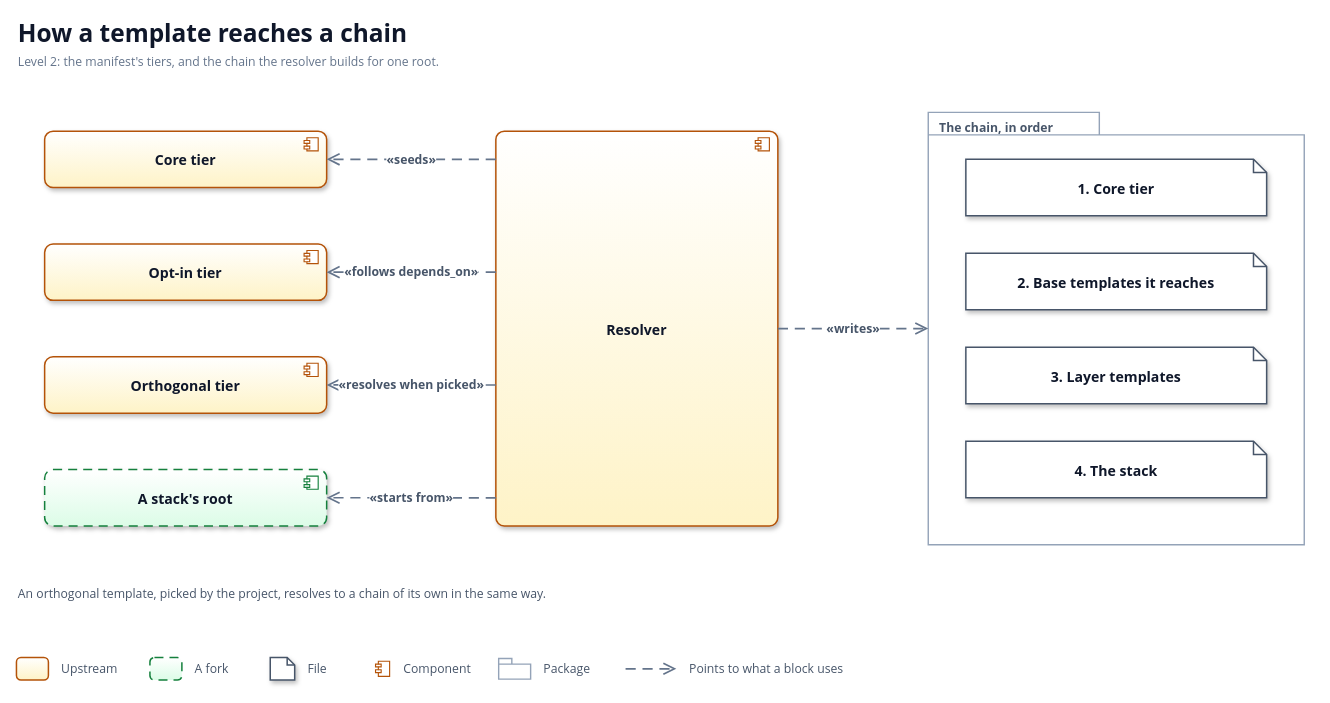
Earlier version of the draw.io diagram docs/diagrams/building-blocks-manifest.drawio (solid-ai-dev/solid-ai-templates). Source tidied: cells renumbered, new cells numbered last; positions are measured from the earlier drawing's top-left corner, leaving out a move shared by most shapes. Both pictures are drawn from the tidied source at 94%, with x=0, y=0 at pixel (16, 16).
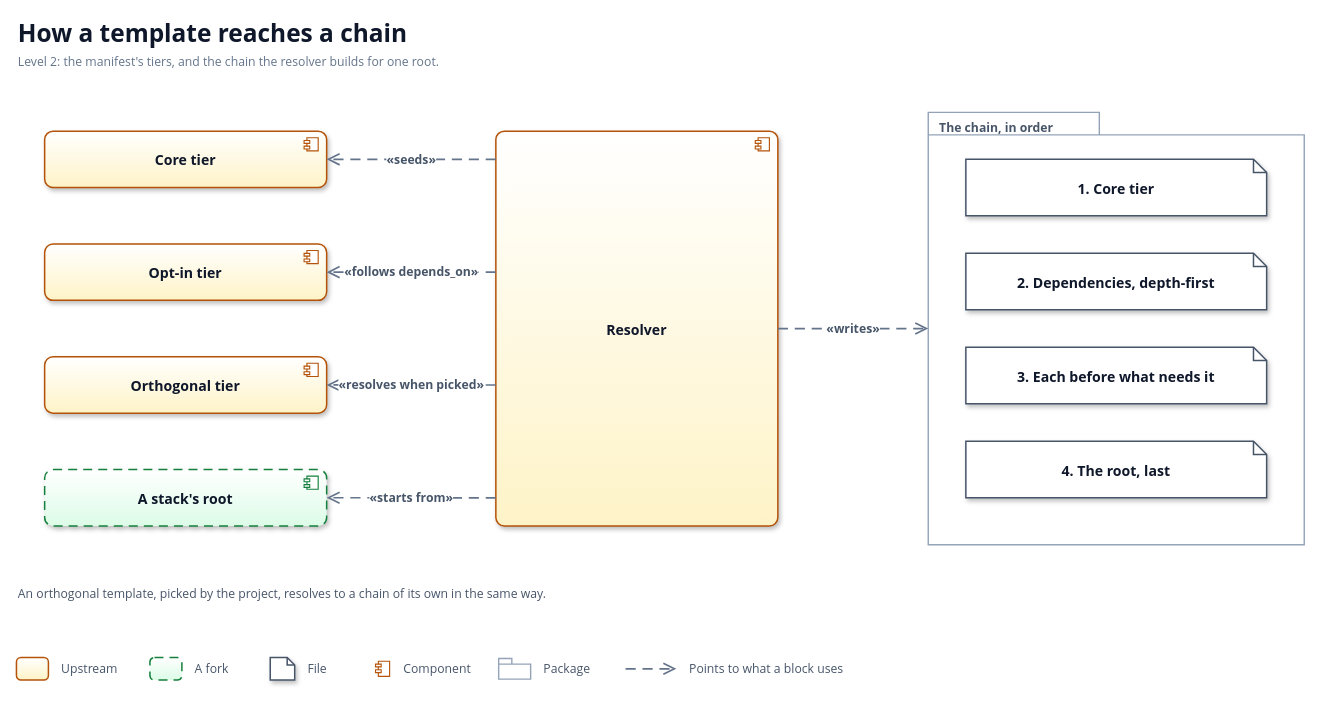
After the change.

Commit message (it also covers changes not shown here):
docs(requirements): state each requirement as the code behaves, mark partial checks

Diff of the diagram source:
```diff
@@
-    <mxCell id="16" value="2. Base templates it reaches" style="shape=note;size=14;whiteSpace=wrap;html=1;fillColor=#FFFFFF;strokeColor=#475569;strokeWidth=1.6;shadow=1;align=center;verticalAlign=middle;fontFamily=Segoe UI;fontSize=15;fontStyle=1;fontColor=#0F172A;spacingLeft=10;spacingRight=10;" parent="1" vertex="1">
+    <mxCell id="16" value="2. Dependencies, depth-first" style="shape=note;size=14;whiteSpace=wrap;html=1;fillColor=#FFFFFF;strokeColor=#475569;strokeWidth=1.6;shadow=1;align=center;verticalAlign=middle;fontFamily=Segoe UI;fontSize=15;fontStyle=1;fontColor=#0F172A;spacingLeft=10;spacingRight=10;" parent="1" vertex="1">
       <mxGeometry x="1010" y="252" width="320" height="60" as="geometry" />
     </mxCell>
-    <mxCell id="17" value="3. Layer templates" style="shape=note;size=14;whiteSpace=wrap;html=1;fillColor=#FFFFFF;strokeColor=#475569;strokeWidth=1.6;shadow=1;align=center;verticalAlign=middle;fontFamily=Segoe UI;fontSize=15;fontStyle=1;fontColor=#0F172A;spacingLeft=10;spacingRight=10;" parent="1" vertex="1">
+    <mxCell id="17" value="3. Each before what needs it" style="shape=note;size=14;whiteSpace=wrap;html=1;fillColor=#FFFFFF;strokeColor=#475569;strokeWidth=1.6;shadow=1;align=center;verticalAlign=middle;fontFamily=Segoe UI;fontSize=15;fontStyle=1;fontColor=#0F172A;spacingLeft=10;spacingRight=10;" parent="1" vertex="1">
       <mxGeometry x="1010" y="352" width="320" height="60" as="geometry" />
     </mxCell>
-    <mxCell id="18" value="4. The stack" style="shape=note;size=14;whiteSpace=wrap;html=1;fillColor=#FFFFFF;strokeColor=#475569;strokeWidth=1.6;shadow=1;align=center;verticalAlign=middle;fontFamily=Segoe UI;fontSize=15;fontStyle=1;fontColor=#0F172A;spacingLeft=10;spacingRight=10;" parent="1" vertex="1">
+    <mxCell id="18" value="4. The root, last" style="shape=note;size=14;whiteSpace=wrap;html=1;fillColor=#FFFFFF;strokeColor=#475569;strokeWidth=1.6;shadow=1;align=center;verticalAlign=middle;fontFamily=Segoe UI;fontSize=15;fontStyle=1;fontColor=#0F172A;spacingLeft=10;spacingRight=10;" parent="1" vertex="1">
       <mxGeometry x="1010" y="452" width="320" height="60" as="geometry" />
     </mxCell>
```
